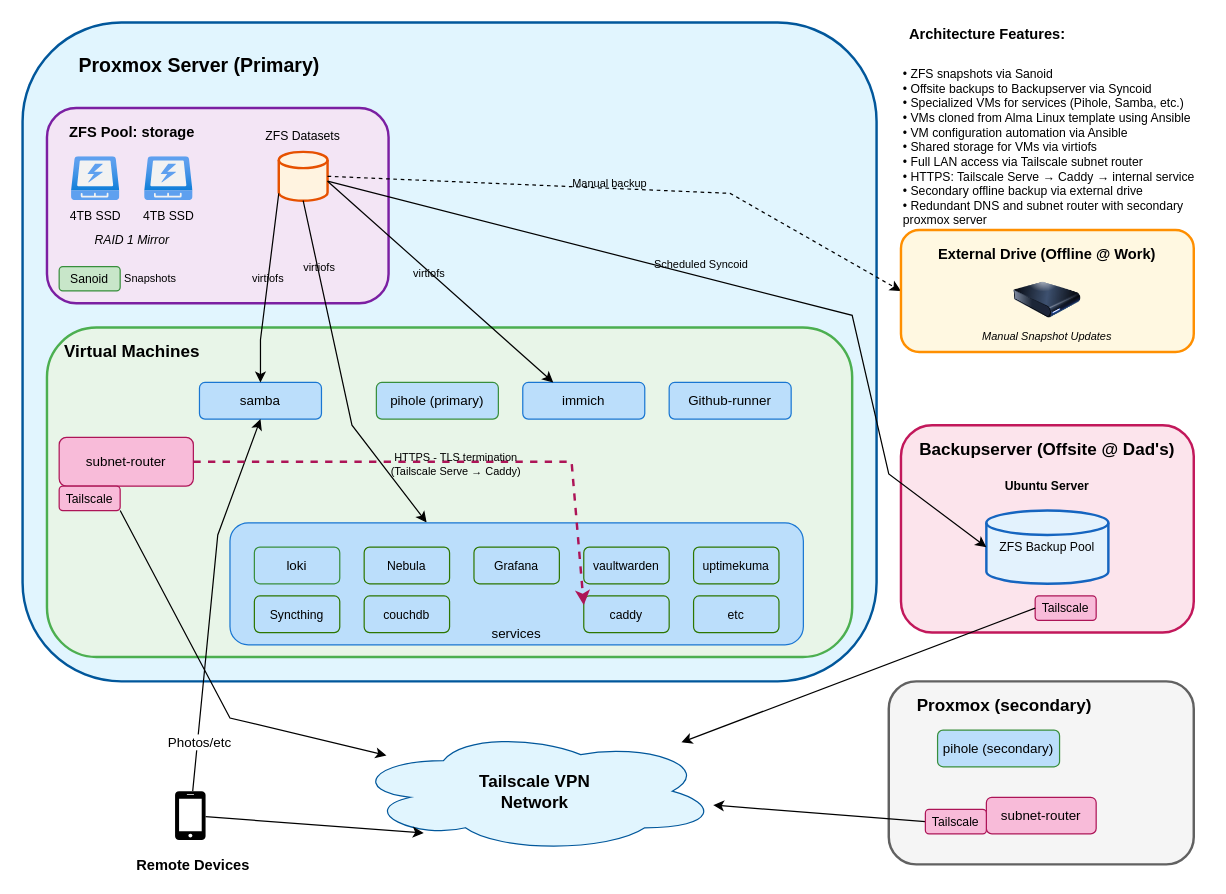
Above: server-architecture.drawio in HakonSkogsrud/serversetup (draw.io), before the change. Source tidied: cells renumbered, new cells numbered last; positions are measured from the earlier drawing's top-left corner, leaving out a move shared by most shapes. Both pictures are drawn from the tidied source at 122%, with x=0, y=0 at pixel (22, 22).
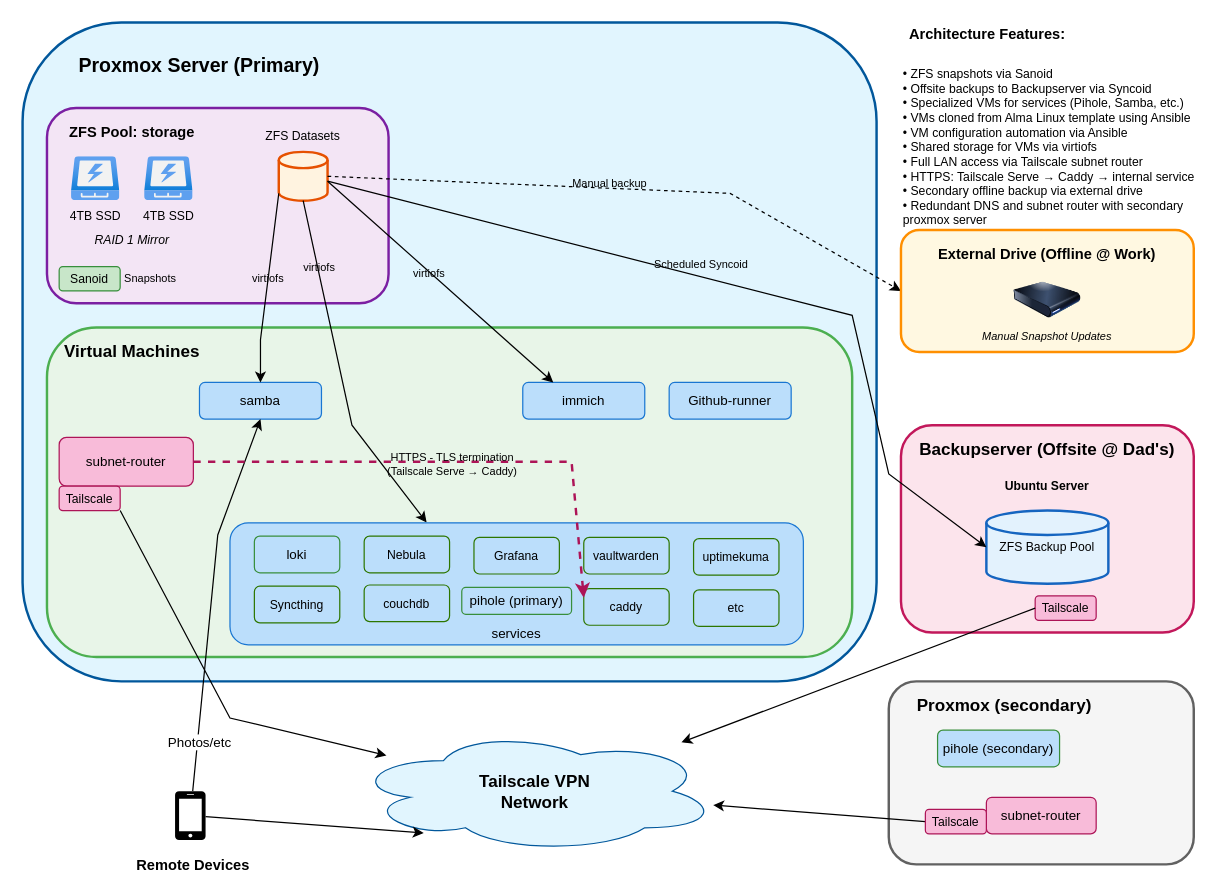
The same diagram, later.

Commit message (it also covers changes not shown here):
chore: update server architecture diagram

Unchanged cells that the change refers to:
```xml
<mxCell id="40" style="group;" parent="1" vertex="1">
  <mxGeometry x="170" y="430" width="470" height="80" as="geometry" />
</mxCell>
```

What changed in the source:
```diff
@@
-    <mxCell id="28" value="pihole (primary)" style="rounded=1;whiteSpace=wrap;html=1;fillColor=#BBDEFB;strokeColor=#388e3c;fontSize=11;fontColor=#000000;" parent="1" vertex="1">
-      <mxGeometry x="290" y="295" width="100" height="30" as="geometry" />
-    </mxCell>
@@
     <mxCell id="42" value="Syncthing" style="rounded=1;whiteSpace=wrap;html=1;fillColor=none;strokeColor=#2d7600;fontSize=10;fontColor=#000000;" parent="40" vertex="1">
-      <mxGeometry x="20" y="40" width="70" height="30" as="geometry" />
+      <mxGeometry x="20" y="32" width="70" height="30" as="geometry" />
     </mxCell>
     <mxCell id="43" value="Nebula" style="rounded=1;whiteSpace=wrap;html=1;fillColor=none;strokeColor=#2d7600;fontSize=10;fontColor=#000000;" parent="40" vertex="1">
-      <mxGeometry x="110" width="70" height="30" as="geometry" />
+      <mxGeometry x="110" y="-9" width="70" height="30" as="geometry" />
     </mxCell>
     <mxCell id="44" value="Grafana" style="rounded=1;whiteSpace=wrap;html=1;fillColor=none;strokeColor=#2d7600;fontSize=10;fontColor=#000000;" parent="40" vertex="1">
-      <mxGeometry x="200" width="70" height="30" as="geometry" />
+      <mxGeometry x="200" y="-8" width="70" height="30" as="geometry" />
     </mxCell>
     <mxCell id="45" value="couchdb" style="rounded=1;whiteSpace=wrap;html=1;fillColor=none;strokeColor=#2d7600;fontSize=10;fontColor=#000000;" parent="40" vertex="1">
-      <mxGeometry x="110" y="40" width="70" height="30" as="geometry" />
+      <mxGeometry x="110" y="31" width="70" height="30" as="geometry" />
     </mxCell>
     <mxCell id="46" value="loki" style="rounded=1;whiteSpace=wrap;html=1;fillColor=#BBDEFB;strokeColor=#388e3c;fontSize=11;fontColor=#000000;" parent="40" vertex="1">
-      <mxGeometry x="20" width="70" height="30" as="geometry" />
+      <mxGeometry x="20" y="-9" width="70" height="30" as="geometry" />
     </mxCell>
     <mxCell id="47" value="etc" style="rounded=1;whiteSpace=wrap;html=1;fillColor=none;strokeColor=#2d7600;fontSize=10;fontColor=#000000;" parent="40" vertex="1">
-      <mxGeometry x="380" y="40" width="70" height="30" as="geometry" />
+      <mxGeometry x="380" y="35" width="70" height="30" as="geometry" />
     </mxCell>
     <mxCell id="48" value="caddy" style="rounded=1;whiteSpace=wrap;html=1;fillColor=none;strokeColor=#2d7600;fontSize=10;fontColor=#000000;" parent="40" vertex="1">
-      <mxGeometry x="290" y="40" width="70" height="30" as="geometry" />
+      <mxGeometry x="290" y="34" width="70" height="30" as="geometry" />
     </mxCell>
     <mxCell id="49" value="vaultwarden" style="rounded=1;whiteSpace=wrap;html=1;fillColor=none;strokeColor=#2d7600;fontSize=10;fontColor=#000000;" parent="40" vertex="1">
-      <mxGeometry x="290" width="70" height="30" as="geometry" />
+      <mxGeometry x="290" y="-8" width="70" height="30" as="geometry" />
     </mxCell>
     <mxCell id="50" value="uptimekuma" style="rounded=1;whiteSpace=wrap;html=1;fillColor=none;strokeColor=#2d7600;fontSize=10;fontColor=#000000;" parent="40" vertex="1">
-      <mxGeometry x="380" width="70" height="30" as="geometry" />
+      <mxGeometry x="380" y="-7" width="70" height="30" as="geometry" />
     </mxCell>
+    <mxCell id="28" value="pihole (primary)" style="rounded=1;whiteSpace=wrap;html=1;fillColor=#BBDEFB;strokeColor=#388e3c;fontSize=11;fontColor=#000000;" parent="40" vertex="1">
+      <mxGeometry x="190" y="33" width="90" height="22" as="geometry" />
+    </mxCell>
```
